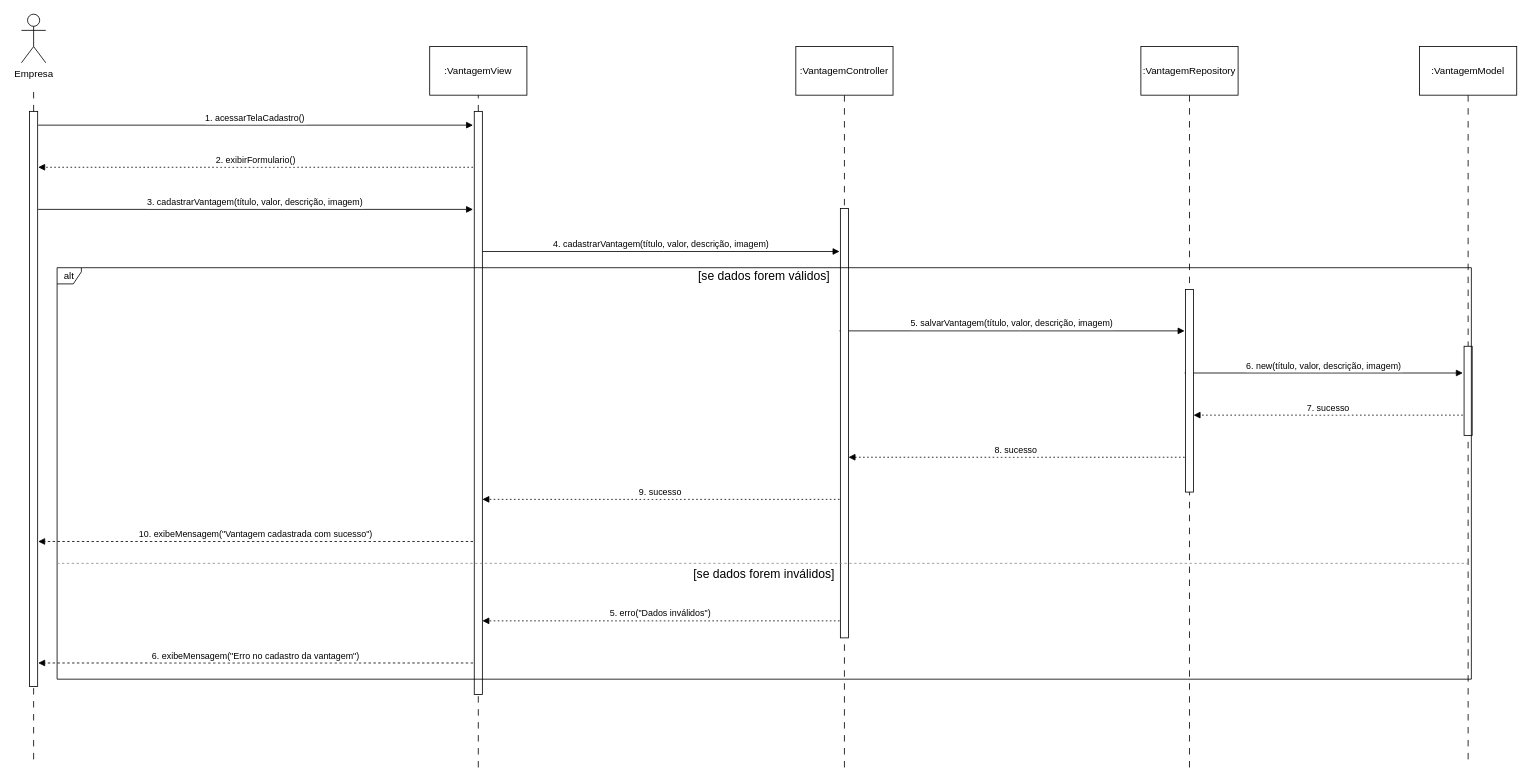
Before: projeto/drawio/diagrama de sequencia cadastro de vantagem.drawio in pedrolucas444/laboratorio-3, a draw.io diagram. Source tidied: cells renumbered, new cells numbered last; positions are measured from the earlier drawing's top-left corner, leaving out a move shared by most shapes. Both pictures are drawn from the tidied source at 81%, with x=0, y=0 at pixel (21, 14).
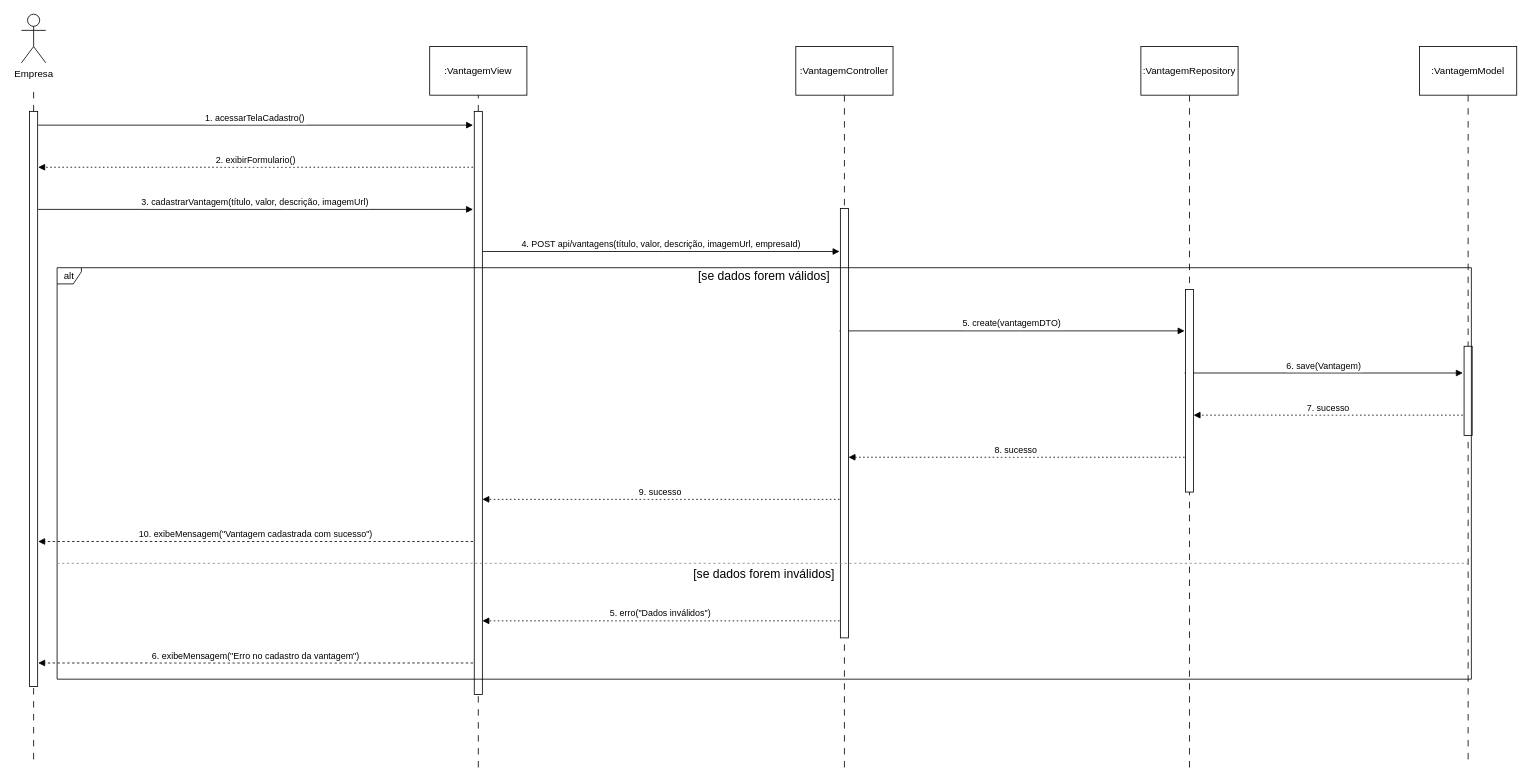
After the change.

The change refers to these unchanged cells:
```xml
<mxCell id="17" style="rounded=0;whiteSpace=wrap;html=1;" parent="1" vertex="1">
  <mxGeometry x="559" y="120" width="10" height="720" as="geometry" />
</mxCell>
```

Change to the diagram source:
```diff
@@
-    <mxCell id="3" value="2. exibirFormulario()" style="verticalAlign=bottom;edgeStyle=elbowEdgeStyle;elbow=vertical;curved=0;rounded=0;dashed=1;dashPattern=2 3;endArrow=block;" parent="1" edge="1">
+    <mxCell id="3" value="2. exibirFormulario()" style="verticalAlign=bottom;edgeStyle=elbowEdgeStyle;elbow=horizontal;curved=0;rounded=0;dashed=1;dashPattern=2 3;endArrow=block;" parent="1" edge="1">
       <mxGeometry relative="1" as="geometry">
         <mxPoint x="557.5" y="189" as="sourcePoint" />
         <mxPoint x="20.6" y="189" as="targetPoint" />
         <Array as="points">
           <mxPoint x="330" y="189" />
         </Array>
       </mxGeometry>
     </mxCell>
-    <mxCell id="4" value="3. cadastrarVantagem(título, valor, descrição, imagem)" style="verticalAlign=bottom;edgeStyle=elbowEdgeStyle;elbow=vertical;curved=0;rounded=0;endArrow=block;" parent="1" edge="1">
+    <mxCell id="4" value="3. cadastrarVantagem(título, valor, descrição, imagemUrl)" style="verticalAlign=bottom;edgeStyle=elbowEdgeStyle;elbow=vertical;curved=0;rounded=0;endArrow=block;" parent="1" edge="1">
       <mxGeometry relative="1" as="geometry">
         <mxPoint x="20.6" y="241" as="sourcePoint" />
         <mxPoint x="557.5" y="241" as="targetPoint" />
         <Array as="points">
           <mxPoint x="327" y="241" />
         </Array>
       </mxGeometry>
     </mxCell>
-    <mxCell id="5" value="4. cadastrarVantagem(título, valor, descrição, imagem)" style="verticalAlign=bottom;edgeStyle=elbowEdgeStyle;elbow=vertical;curved=0;rounded=0;endArrow=block;" parent="1" edge="1" source="17">
+    <mxCell id="5" value="4. POST api/vantagens(título, valor, descrição, imagemUrl, empresaId)" style="verticalAlign=bottom;edgeStyle=elbowEdgeStyle;elbow=vertical;curved=0;rounded=0;endArrow=block;" parent="1" edge="1" source="17">
       <mxGeometry relative="1" as="geometry">
         <mxPoint x="1010" y="293" as="targetPoint" />
         <Array as="points">
           <mxPoint x="793" y="293" />
         </Array>
       </mxGeometry>
     </mxCell>
-    <mxCell id="6" value="5. salvarVantagem(título, valor, descrição, imagem)" style="verticalAlign=bottom;edgeStyle=elbowEdgeStyle;elbow=vertical;curved=0;rounded=0;endArrow=block;" parent="1" edge="1">
+    <mxCell id="6" value="5. create(vantagemDTO)" style="verticalAlign=bottom;edgeStyle=elbowEdgeStyle;elbow=vertical;curved=0;rounded=0;endArrow=block;" parent="1" edge="1">
       <mxGeometry relative="1" as="geometry">
         <mxPoint x="1009.9" y="391" as="sourcePoint" />
         <mxPoint x="1436" y="391" as="targetPoint" />
         <Array as="points">
           <mxPoint x="1232" y="391" />
         </Array>
       </mxGeometry>
     </mxCell>
-    <mxCell id="7" value="6. new(título, valor, descrição, imagem)" style="verticalAlign=bottom;edgeStyle=elbowEdgeStyle;elbow=vertical;curved=0;rounded=0;endArrow=block;" parent="1" edge="1">
+    <mxCell id="7" value="6. save(Vantagem)" style="verticalAlign=bottom;edgeStyle=elbowEdgeStyle;elbow=vertical;curved=0;rounded=0;endArrow=block;" parent="1" edge="1">
       <mxGeometry relative="1" as="geometry">
         <mxPoint x="1436" y="443" as="sourcePoint" />
         <mxPoint x="1779.5" y="443" as="targetPoint" />
         <Array as="points">
           <mxPoint x="1617" y="443" />
         </Array>
       </mxGeometry>
     </mxCell>
```
